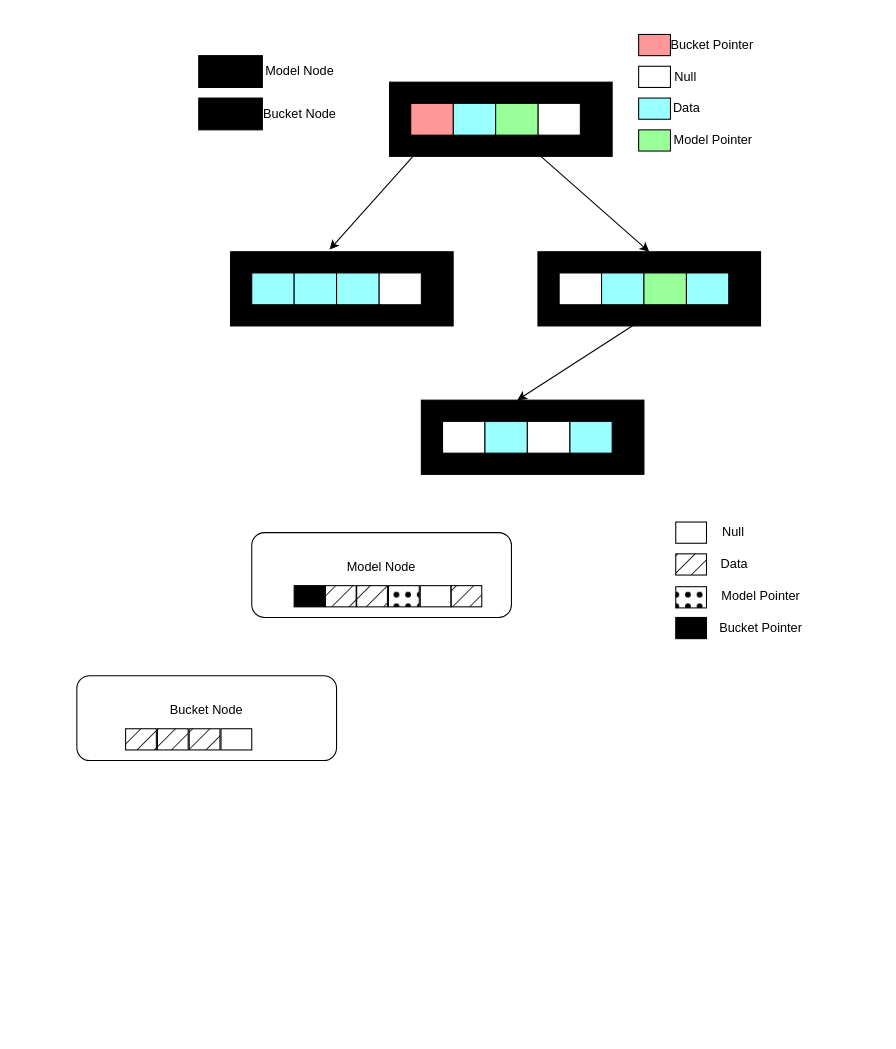
This is images/PreciseSeekIndex.drawio from jingtao8a/draw.io, a draw.io file, before an edit. Source tidied: cells renumbered, new cells numbered last; positions are measured from the earlier drawing's top-left corner, leaving out a move shared by most shapes. Both pictures are drawn from the tidied source at 106%, with x=0, y=0 at pixel (76, 18).
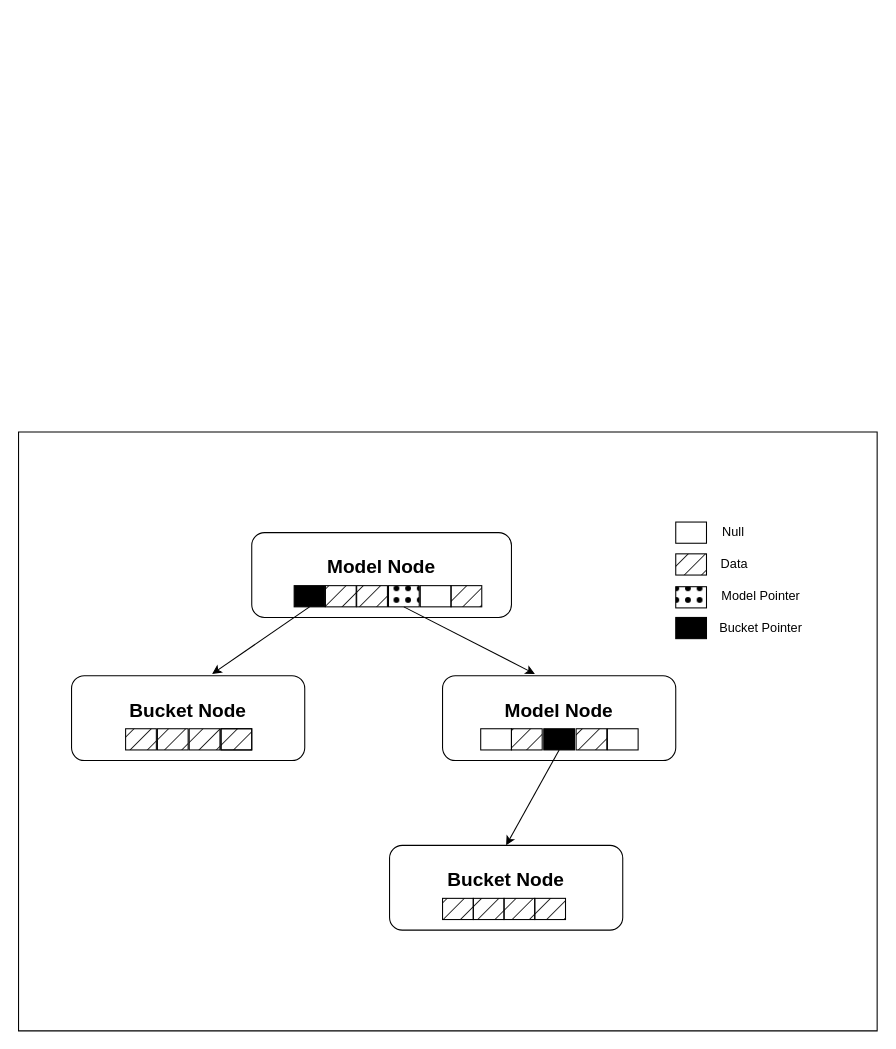
The same diagram, later.

The change refers to these unchanged cells:
```xml
<mxCell id="47" style="rounded=0;whiteSpace=wrap;html=1;glass=0;strokeColor=default;align=center;verticalAlign=middle;fontFamily=Helvetica;fontSize=12;fontColor=default;fillColor=#000000;fillStyle=auto;" parent="1" vertex="1">
  <mxGeometry x="205" y="535" width="29" height="20" as="geometry" />
</mxCell>
<mxCell id="50" style="rounded=0;whiteSpace=wrap;html=1;glass=0;strokeColor=default;align=center;verticalAlign=middle;fontFamily=Helvetica;fontSize=12;fontColor=default;fillColor=#000000;fillStyle=dots;" parent="1" vertex="1">
  <mxGeometry x="294" y="535" width="29" height="20" as="geometry" />
</mxCell>
```

Change to the diagram source:
```diff
@@
-    <mxCell id="2" style="rounded=0;whiteSpace=wrap;html=1;glass=0;strokeColor=default;align=center;verticalAlign=middle;fontFamily=Helvetica;fontSize=12;fontColor=default;fillColor=light-dark(#000000,var(--ge-dark-color, #121212));fillStyle=cross-hatch;" parent="1" vertex="1">
-      <mxGeometry x="295" y="60" width="210" height="70" as="geometry" />
-    </mxCell>
-    <mxCell id="3" style="rounded=0;whiteSpace=wrap;html=1;glass=0;strokeColor=default;align=center;verticalAlign=middle;fontFamily=Helvetica;fontSize=12;fontColor=default;fillColor=light-dark(#FFFFFF,var(--ge-dark-color, #121212));fillStyle=auto;" parent="1" vertex="1">
-      <mxGeometry x="435" y="80" width="40" height="30" as="geometry" />
-    </mxCell>
-    <mxCell id="4" style="rounded=0;whiteSpace=wrap;html=1;glass=0;strokeColor=default;align=center;verticalAlign=middle;fontFamily=Helvetica;fontSize=12;fontColor=default;fillColor=light-dark(#99FF99,var(--ge-dark-color, #121212));fillStyle=auto;" parent="1" vertex="1">
-      <mxGeometry x="395" y="80" width="40" height="30" as="geometry" />
-    </mxCell>
-    <mxCell id="5" style="rounded=0;whiteSpace=wrap;html=1;glass=0;strokeColor=light-dark(#000000,#FFFFFF);align=center;verticalAlign=middle;fontFamily=Helvetica;fontSize=12;fontColor=default;fillColor=light-dark(#99FFFF,var(--ge-dark-color, #121212));fillStyle=auto;" parent="1" vertex="1">
-      <mxGeometry x="355" y="80" width="40" height="30" as="geometry" />
-    </mxCell>
-    <mxCell id="6" style="rounded=0;whiteSpace=wrap;html=1;glass=0;strokeColor=default;align=center;verticalAlign=middle;fontFamily=Helvetica;fontSize=12;fontColor=default;fillColor=light-dark(#FF9999,var(--ge-dark-color, #121212));fillStyle=auto;" parent="1" vertex="1">
-      <mxGeometry x="315" y="80" width="40" height="30" as="geometry" />
-    </mxCell>
-    <mxCell id="7" style="rounded=0;whiteSpace=wrap;html=1;glass=0;strokeColor=default;align=center;verticalAlign=middle;fontFamily=Helvetica;fontSize=12;fontColor=default;fillColor=light-dark(#000000,var(--ge-dark-color, #121212));fillStyle=dashed;" parent="1" vertex="1">
-      <mxGeometry x="145" y="220" width="210" height="70" as="geometry" />
-    </mxCell>
-    <mxCell id="8" style="rounded=0;whiteSpace=wrap;html=1;glass=0;strokeColor=default;align=center;verticalAlign=middle;fontFamily=Helvetica;fontSize=12;fontColor=default;fillColor=light-dark(#FFFFFF,var(--ge-dark-color, #121212));fillStyle=auto;" parent="1" vertex="1">
-      <mxGeometry x="285" y="240" width="40" height="30" as="geometry" />
-    </mxCell>
-    <mxCell id="9" style="rounded=0;whiteSpace=wrap;html=1;glass=0;strokeColor=default;align=center;verticalAlign=middle;fontFamily=Helvetica;fontSize=12;fontColor=default;fillColor=light-dark(#99FFFF,var(--ge-dark-color, #121212));fillStyle=auto;" parent="1" vertex="1">
-      <mxGeometry x="165" y="240" width="40" height="30" as="geometry" />
-    </mxCell>
-    <mxCell id="10" style="rounded=0;whiteSpace=wrap;html=1;glass=0;strokeColor=default;align=center;verticalAlign=middle;fontFamily=Helvetica;fontSize=12;fontColor=default;fillColor=light-dark(#99FFFF,var(--ge-dark-color, #121212));fillStyle=auto;" parent="1" vertex="1">
-      <mxGeometry x="205" y="240" width="40" height="30" as="geometry" />
-    </mxCell>
-    <mxCell id="11" style="rounded=0;whiteSpace=wrap;html=1;glass=0;strokeColor=default;align=center;verticalAlign=middle;fontFamily=Helvetica;fontSize=12;fontColor=default;fillColor=light-dark(#99FFFF,var(--ge-dark-color, #121212));fillStyle=auto;" parent="1" vertex="1">
-      <mxGeometry x="245" y="240" width="40" height="30" as="geometry" />
-    </mxCell>
-    <mxCell id="12" style="rounded=0;whiteSpace=wrap;html=1;glass=0;strokeColor=default;align=center;verticalAlign=middle;fontFamily=Helvetica;fontSize=12;fontColor=default;fillColor=light-dark(#000000,var(--ge-dark-color, #121212));fillStyle=cross-hatch;" parent="1" vertex="1">
-      <mxGeometry x="435" y="220" width="210" height="70" as="geometry" />
-    </mxCell>
-    <mxCell id="13" style="rounded=0;whiteSpace=wrap;html=1;glass=0;strokeColor=default;align=center;verticalAlign=middle;fontFamily=Helvetica;fontSize=12;fontColor=default;fillColor=light-dark(#99FFFF,var(--ge-dark-color, #121212));fillStyle=auto;" parent="1" vertex="1">
-      <mxGeometry x="575" y="240" width="40" height="30" as="geometry" />
-    </mxCell>
-    <mxCell id="14" style="rounded=0;whiteSpace=wrap;html=1;glass=0;strokeColor=default;align=center;verticalAlign=middle;fontFamily=Helvetica;fontSize=12;fontColor=default;fillColor=light-dark(#FFFFFF,var(--ge-dark-color, #121212));fillStyle=auto;" parent="1" vertex="1">
-      <mxGeometry x="455" y="240" width="40" height="30" as="geometry" />
-    </mxCell>
-    <mxCell id="15" style="rounded=0;whiteSpace=wrap;html=1;glass=0;strokeColor=default;align=center;verticalAlign=middle;fontFamily=Helvetica;fontSize=12;fontColor=default;fillColor=light-dark(#99FFFF,var(--ge-dark-color, #121212));fillStyle=auto;" parent="1" vertex="1">
-      <mxGeometry x="495" y="240" width="40" height="30" as="geometry" />
-    </mxCell>
-    <mxCell id="16" style="rounded=0;whiteSpace=wrap;html=1;glass=0;strokeColor=default;align=center;verticalAlign=middle;fontFamily=Helvetica;fontSize=12;fontColor=default;fillColor=light-dark(#99FF99,var(--ge-dark-color, #121212));fillStyle=auto;" parent="1" vertex="1">
-      <mxGeometry x="535" y="240" width="40" height="30" as="geometry" />
-    </mxCell>
-    <mxCell id="17" style="endArrow=classic;html=1;rounded=0;fontFamily=Helvetica;fontSize=12;fontColor=default;exitX=0.5;exitY=1;exitDx=0;exitDy=0;entryX=0.445;entryY=-0.029;entryDx=0;entryDy=0;entryPerimeter=0;" parent="1" edge="1" source="6" target="7">
-      <mxGeometry relative="1" as="geometry" />
-    </mxCell>
-    <mxCell id="18" style="endArrow=classic;html=1;rounded=0;fontFamily=Helvetica;fontSize=12;fontColor=default;exitX=0.5;exitY=1;exitDx=0;exitDy=0;entryX=0.5;entryY=0;entryDx=0;entryDy=0;" parent="1" edge="1" source="4" target="12">
-      <mxGeometry relative="1" as="geometry" />
-    </mxCell>
-    <mxCell id="19" style="rounded=0;whiteSpace=wrap;html=1;glass=0;strokeColor=default;align=center;verticalAlign=middle;fontFamily=Helvetica;fontSize=12;fontColor=default;fillColor=light-dark(#000000,var(--ge-dark-color, #121212));fillStyle=cross-hatch;" parent="1" vertex="1">
-      <mxGeometry x="325" y="360" width="210" height="70" as="geometry" />
-    </mxCell>
-    <mxCell id="20" style="rounded=0;whiteSpace=wrap;html=1;glass=0;strokeColor=default;align=center;verticalAlign=middle;fontFamily=Helvetica;fontSize=12;fontColor=default;fillColor=light-dark(#99FFFF,var(--ge-dark-color, #121212));fillStyle=auto;" parent="1" vertex="1">
-      <mxGeometry x="465" y="380" width="40" height="30" as="geometry" />
-    </mxCell>
-    <mxCell id="21" style="rounded=0;whiteSpace=wrap;html=1;glass=0;strokeColor=default;align=center;verticalAlign=middle;fontFamily=Helvetica;fontSize=12;fontColor=default;fillColor=light-dark(#FFFFFF,var(--ge-dark-color, #121212));fillStyle=auto;" parent="1" vertex="1">
-      <mxGeometry x="345" y="380" width="40" height="30" as="geometry" />
-    </mxCell>
-    <mxCell id="22" style="rounded=0;whiteSpace=wrap;html=1;glass=0;strokeColor=default;align=center;verticalAlign=middle;fontFamily=Helvetica;fontSize=12;fontColor=default;fillColor=light-dark(#99FFFF,var(--ge-dark-color, #121212));fillStyle=auto;" parent="1" vertex="1">
-      <mxGeometry x="385" y="380" width="40" height="30" as="geometry" />
-    </mxCell>
-    <mxCell id="23" style="rounded=0;whiteSpace=wrap;html=1;glass=0;strokeColor=default;align=center;verticalAlign=middle;fontFamily=Helvetica;fontSize=12;fontColor=default;fillColor=light-dark(#FFFFFF,var(--ge-dark-color, #121212));fillStyle=auto;" parent="1" vertex="1">
-      <mxGeometry x="425" y="380" width="40" height="30" as="geometry" />
-    </mxCell>
-    <mxCell id="24" style="endArrow=classic;html=1;rounded=0;fontFamily=Helvetica;fontSize=12;fontColor=default;exitX=0.5;exitY=1;exitDx=0;exitDy=0;entryX=0.431;entryY=0;entryDx=0;entryDy=0;entryPerimeter=0;" parent="1" edge="1" source="16" target="19">
-      <mxGeometry relative="1" as="geometry" />
-    </mxCell>
-    <mxCell id="25" style="rounded=0;whiteSpace=wrap;html=1;glass=0;strokeColor=default;align=center;verticalAlign=middle;fontFamily=Helvetica;fontSize=12;fontColor=default;fillColor=light-dark(#000000,var(--ge-dark-color, #121212));fillStyle=cross-hatch;" parent="1" vertex="1">
-      <mxGeometry x="115" y="35" width="60" height="30" as="geometry" />
-    </mxCell>
-    <mxCell id="26" style="rounded=0;whiteSpace=wrap;html=1;glass=0;strokeColor=default;align=center;verticalAlign=middle;fontFamily=Helvetica;fontSize=12;fontColor=default;fillColor=light-dark(#000000,var(--ge-dark-color, #121212));fillStyle=dashed;" parent="1" vertex="1">
-      <mxGeometry x="115" y="75" width="60" height="30" as="geometry" />
-    </mxCell>
-    <mxCell id="27" value="Model Node" style="text;html=1;align=center;verticalAlign=middle;points=[];strokeColor=none;fillColor=none;fontFamily=Helvetica;fontSize=12;fontColor=default;" parent="1" vertex="1">
-      <mxGeometry x="165" y="35" width="90" height="30" as="geometry" />
-    </mxCell>
-    <mxCell id="28" value="Bucket Node" style="text;html=1;align=center;verticalAlign=middle;points=[];strokeColor=none;fillColor=none;fontFamily=Helvetica;fontSize=12;fontColor=default;" parent="1" vertex="1">
-      <mxGeometry x="165" y="75" width="90" height="30" as="geometry" />
-    </mxCell>
-    <mxCell id="29" style="rounded=0;whiteSpace=wrap;html=1;glass=0;strokeColor=default;align=center;verticalAlign=middle;fontFamily=Helvetica;fontSize=12;fontColor=default;fillColor=light-dark(#FF9999,var(--ge-dark-color, #121212));fillStyle=auto;" parent="1" vertex="1">
-      <mxGeometry x="530" y="15" width="30" height="20" as="geometry" />
-    </mxCell>
-    <mxCell id="30" style="rounded=0;whiteSpace=wrap;html=1;glass=0;strokeColor=default;align=center;verticalAlign=middle;fontFamily=Helvetica;fontSize=12;fontColor=default;fillColor=light-dark(#FFFFFF,var(--ge-dark-color, #121212));fillStyle=auto;" parent="1" vertex="1">
-      <mxGeometry x="530" y="45" width="30" height="20" as="geometry" />
-    </mxCell>
-    <mxCell id="31" style="rounded=0;whiteSpace=wrap;html=1;glass=0;strokeColor=light-dark(#000000,#FFFFFF);align=center;verticalAlign=middle;fontFamily=Helvetica;fontSize=12;fontColor=default;fillColor=light-dark(#99FFFF,var(--ge-dark-color, #121212));fillStyle=auto;" parent="1" vertex="1">
-      <mxGeometry x="530" y="75" width="30" height="20" as="geometry" />
-    </mxCell>
-    <mxCell id="32" style="rounded=0;whiteSpace=wrap;html=1;glass=0;strokeColor=default;align=center;verticalAlign=middle;fontFamily=Helvetica;fontSize=12;fontColor=default;fillColor=light-dark(#99FF99,var(--ge-dark-color, #121212));fillStyle=auto;" parent="1" vertex="1">
-      <mxGeometry x="530" y="105" width="30" height="20" as="geometry" />
-    </mxCell>
-    <mxCell id="33" value="&lt;p class=&quot;MsoNormal&quot;&gt;&lt;span style=&quot;mso-spacerun:'yes';font-family:宋体;mso-ascii-font-family:Calibri;&lt;br/&gt;mso-hansi-font-family:'Cambria Math';mso-bidi-font-family:'Times New Roman';mso-ansi-font-style:normal;&lt;br/&gt;font-size:10.5000pt;mso-font-kerning:1.0000pt;&quot;&gt;&lt;font face=&quot;Calibri&quot;&gt;Null&lt;/font&gt;&lt;/span&gt;&lt;/p&gt;" style="text;html=1;align=center;verticalAlign=middle;strokeColor=none;fillColor=none;fontFamily=Helvetica;fontSize=12;fontColor=default;" parent="1" vertex="1">
-      <mxGeometry x="554" y="30" width="40" height="50" as="geometry" />
-    </mxCell>
-    <mxCell id="34" value="&lt;p class=&quot;MsoNormal&quot;&gt;&lt;span style=&quot;mso-spacerun:'yes';font-family:宋体;mso-ascii-font-family:Calibri;&lt;br/&gt;mso-hansi-font-family:'Cambria Math';mso-bidi-font-family:'Times New Roman';mso-ansi-font-style:normal;&lt;br/&gt;font-size:10.5000pt;mso-font-kerning:1.0000pt;&quot;&gt;&lt;font face=&quot;Calibri&quot;&gt;Data&lt;/font&gt;&lt;/span&gt;&lt;/p&gt;" style="text;html=1;align=center;verticalAlign=middle;strokeColor=none;fillColor=none;fontFamily=Helvetica;fontSize=12;fontColor=default;" parent="1" vertex="1">
-      <mxGeometry x="550" y="60" width="50" height="50" as="geometry" />
-    </mxCell>
-    <mxCell id="35" value="&lt;p class=&quot;MsoNormal&quot;&gt;&lt;span style=&quot;mso-spacerun:'yes';font-family:宋体;mso-ascii-font-family:Calibri;&lt;br/&gt;mso-hansi-font-family:'Cambria Math';mso-bidi-font-family:'Times New Roman';mso-ansi-font-style:normal;&lt;br/&gt;font-size:10.5000pt;mso-font-kerning:1.0000pt;&quot;&gt;&lt;font face=&quot;Calibri&quot;&gt;Bucket Pointer&lt;/font&gt;&lt;/span&gt;&lt;/p&gt;" style="text;html=1;align=center;verticalAlign=middle;strokeColor=none;fillColor=none;fontFamily=Helvetica;fontSize=12;fontColor=default;" parent="1" vertex="1">
-      <mxGeometry x="554" width="90" height="50" as="geometry" />
-    </mxCell>
-    <mxCell id="36" value="&lt;p class=&quot;MsoNormal&quot;&gt;&lt;span style=&quot;mso-spacerun:'yes';font-family:宋体;mso-ascii-font-family:Calibri;&lt;br/&gt;mso-hansi-font-family:'Cambria Math';mso-bidi-font-family:'Times New Roman';mso-ansi-font-style:normal;&lt;br/&gt;font-size:10.5000pt;mso-font-kerning:1.0000pt;&quot;&gt;&lt;font face=&quot;Calibri&quot;&gt;Model Pointer&lt;/font&gt;&lt;/span&gt;&lt;/p&gt;" style="text;html=1;align=center;verticalAlign=middle;strokeColor=none;fillColor=none;fontFamily=Helvetica;fontSize=12;fontColor=default;" parent="1" vertex="1">
-      <mxGeometry x="555" y="90" width="90" height="50" as="geometry" />
-    </mxCell>
-    <mxCell id="37" value="Model Node&lt;div&gt;&lt;br&gt;&lt;/div&gt;" style="rounded=1;whiteSpace=wrap;html=1;glass=0;strokeColor=light-dark(#000000,#FFFFFF);align=center;verticalAlign=middle;fontFamily=Helvetica;fontSize=12;fontColor=default;fillColor=none;fillStyle=auto;" parent="1" vertex="1">
+    <mxCell id="37" value="&lt;h2&gt;Model Node&lt;/h2&gt;&lt;div&gt;&lt;br&gt;&lt;/div&gt;" style="rounded=1;whiteSpace=wrap;html=1;glass=0;strokeColor=light-dark(#000000,#FFFFFF);align=center;verticalAlign=middle;fontFamily=Helvetica;fontSize=12;fontColor=default;fillColor=none;fillStyle=auto;" parent="1" vertex="1">
       <mxGeometry x="165" y="485" width="245" height="80" as="geometry" />
     </mxCell>
@@
-    <mxCell id="46" value="Bucket Node&lt;div&gt;&lt;br&gt;&lt;/div&gt;" style="rounded=1;whiteSpace=wrap;html=1;glass=0;strokeColor=light-dark(#000000,#FFFFFF);align=center;verticalAlign=middle;fontFamily=Helvetica;fontSize=12;fontColor=default;fillColor=none;fillStyle=auto;" parent="1" vertex="1">
-      <mxGeometry y="620" width="245" height="80" as="geometry" />
+    <mxCell id="46" value="&lt;h2&gt;&lt;font face=&quot;Helvetica&quot;&gt;Bucket Node&lt;/font&gt;&lt;/h2&gt;&lt;div&gt;&lt;br&gt;&lt;/div&gt;" style="rounded=1;whiteSpace=wrap;html=1;glass=0;strokeColor=light-dark(#000000,#FFFFFF);align=center;verticalAlign=middle;fontFamily=Helvetica;fontSize=12;fontColor=default;fillColor=none;fillStyle=auto;" parent="1" vertex="1">
+      <mxGeometry x="-5" y="620" width="220" height="80" as="geometry" />
     </mxCell>
@@
+    <mxCell id="27" value="&lt;h2&gt;Model Node&lt;/h2&gt;&lt;div&gt;&lt;br&gt;&lt;/div&gt;" style="rounded=1;whiteSpace=wrap;html=1;glass=0;strokeColor=light-dark(#000000,#FFFFFF);align=center;verticalAlign=middle;fontFamily=Helvetica;fontSize=12;fontColor=default;fillColor=none;fillStyle=auto;" parent="1" vertex="1">
+      <mxGeometry x="345" y="620" width="220" height="80" as="geometry" />
+    </mxCell>
@@
+    <mxCell id="57" style="rounded=0;whiteSpace=wrap;html=1;glass=0;strokeColor=default;align=center;verticalAlign=middle;fontFamily=Helvetica;fontSize=12;fontColor=default;fillColor=none;fillStyle=auto;" parent="1" vertex="1">
+      <mxGeometry x="381" y="670" width="29" height="20" as="geometry" />
+    </mxCell>
+    <mxCell id="58" style="rounded=0;whiteSpace=wrap;html=1;glass=0;strokeColor=default;align=center;verticalAlign=middle;fontFamily=Helvetica;fontSize=12;fontColor=default;fillColor=#000000;fillStyle=hatch;gradientColor=none;" parent="1" vertex="1">
+      <mxGeometry x="471" y="670" width="29" height="20" as="geometry" />
+    </mxCell>
+    <mxCell id="59" style="rounded=0;whiteSpace=wrap;html=1;glass=0;strokeColor=default;align=center;verticalAlign=middle;fontFamily=Helvetica;fontSize=12;fontColor=default;fillColor=#000000;fillStyle=hatch;gradientColor=none;" parent="1" vertex="1">
+      <mxGeometry x="410" y="670" width="29" height="20" as="geometry" />
+    </mxCell>
+    <mxCell id="60" style="rounded=0;whiteSpace=wrap;html=1;glass=0;strokeColor=default;align=center;verticalAlign=middle;fontFamily=Helvetica;fontSize=12;fontColor=default;fillColor=#000000;fillStyle=auto;" parent="1" vertex="1">
+      <mxGeometry x="440.5" y="670" width="29" height="20" as="geometry" />
+    </mxCell>
+    <mxCell id="61" style="rounded=0;whiteSpace=wrap;html=1;glass=0;strokeColor=default;align=center;verticalAlign=middle;fontFamily=Helvetica;fontSize=12;fontColor=default;fillColor=none;fillStyle=auto;" parent="1" vertex="1">
+      <mxGeometry x="500.5" y="670" width="29" height="20" as="geometry" />
+    </mxCell>
+    <mxCell id="28" value="&lt;h2&gt;Bucket Node&lt;/h2&gt;&lt;div&gt;&lt;br&gt;&lt;/div&gt;" style="rounded=1;whiteSpace=wrap;html=1;glass=0;strokeColor=light-dark(#000000,#FFFFFF);align=center;verticalAlign=middle;fontFamily=Helvetica;fontSize=12;fontColor=default;fillColor=none;fillStyle=auto;" parent="1" vertex="1">
+      <mxGeometry x="295" y="780" width="220" height="80" as="geometry" />
+    </mxCell>
+    <mxCell id="62" style="rounded=0;whiteSpace=wrap;html=1;glass=0;strokeColor=default;align=center;verticalAlign=middle;fontFamily=Helvetica;fontSize=12;fontColor=default;fillColor=#000000;fillStyle=hatch;gradientColor=none;" parent="1" vertex="1">
+      <mxGeometry x="345" y="830" width="29" height="20" as="geometry" />
+    </mxCell>
+    <mxCell id="63" style="rounded=0;whiteSpace=wrap;html=1;glass=0;strokeColor=default;align=center;verticalAlign=middle;fontFamily=Helvetica;fontSize=12;fontColor=default;fillColor=#000000;fillStyle=hatch;gradientColor=none;" parent="1" vertex="1">
+      <mxGeometry x="374" y="830" width="29" height="20" as="geometry" />
+    </mxCell>
+    <mxCell id="64" style="rounded=0;whiteSpace=wrap;html=1;glass=0;strokeColor=default;align=center;verticalAlign=middle;fontFamily=Helvetica;fontSize=12;fontColor=default;fillColor=#000000;fillStyle=hatch;gradientColor=none;" parent="1" vertex="1">
+      <mxGeometry x="403" y="830" width="29" height="20" as="geometry" />
+    </mxCell>
+    <mxCell id="65" style="rounded=0;whiteSpace=wrap;html=1;glass=0;strokeColor=default;align=center;verticalAlign=middle;fontFamily=Helvetica;fontSize=12;fontColor=default;fillColor=#000000;fillStyle=hatch;gradientColor=none;" parent="1" vertex="1">
+      <mxGeometry x="136" y="670" width="29" height="20" as="geometry" />
+    </mxCell>
+    <mxCell id="66" style="rounded=0;whiteSpace=wrap;html=1;glass=0;strokeColor=default;align=center;verticalAlign=middle;fontFamily=Helvetica;fontSize=12;fontColor=default;fillColor=#000000;fillStyle=hatch;gradientColor=none;" parent="1" vertex="1">
+      <mxGeometry x="432" y="830" width="29" height="20" as="geometry" />
+    </mxCell>
+    <mxCell id="67" style="endArrow=classic;html=1;rounded=0;exitX=0.5;exitY=1;exitDx=0;exitDy=0;entryX=0.603;entryY=-0.021;entryDx=0;entryDy=0;entryPerimeter=0;" parent="1" edge="1" source="47" target="46">
+      <mxGeometry relative="1" as="geometry" />
+    </mxCell>
+    <mxCell id="68" style="endArrow=classic;html=1;rounded=0;exitX=0.5;exitY=1;exitDx=0;exitDy=0;entryX=0.396;entryY=-0.021;entryDx=0;entryDy=0;entryPerimeter=0;" parent="1" edge="1" source="50" target="27">
+      <mxGeometry relative="1" as="geometry" />
+    </mxCell>
+    <mxCell id="69" style="endArrow=classic;html=1;rounded=0;exitX=0.5;exitY=1;exitDx=0;exitDy=0;entryX=0.5;entryY=0;entryDx=0;entryDy=0;" parent="1" edge="1" source="60" target="28">
+      <mxGeometry relative="1" as="geometry" />
+    </mxCell>
+    <mxCell id="70" style="verticalLabelPosition=bottom;verticalAlign=top;html=1;shape=mxgraph.basic.rect;fillColor2=none;strokeWidth=1;size=20;indent=5;fillColor=none;" parent="1" vertex="1">
+      <mxGeometry x="-55" y="390" width="810" height="565" as="geometry" />
+    </mxCell>
```
